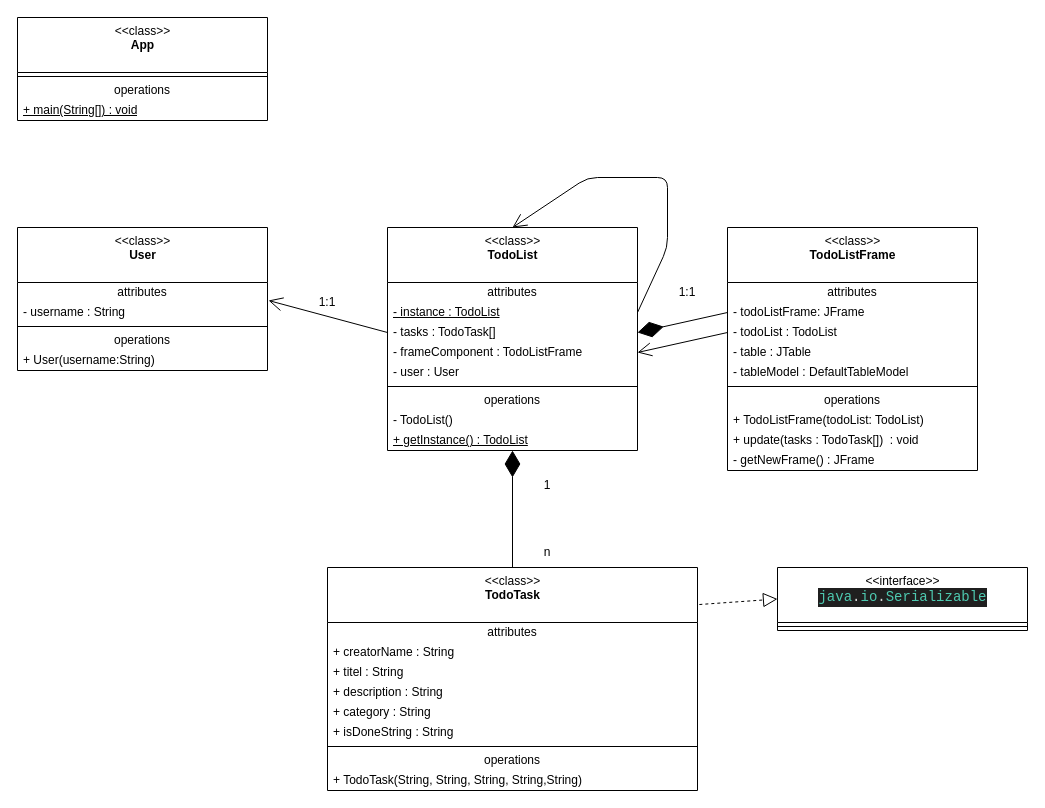
Above: class_diagram.drawio in cjanta/TodoList (draw.io), before the change. Source tidied: cells renumbered, new cells numbered last; positions are measured from the earlier drawing's top-left corner, leaving out a move shared by most shapes. Both pictures are drawn from the tidied source at 100%, with x=0, y=0 at pixel (17, 17).
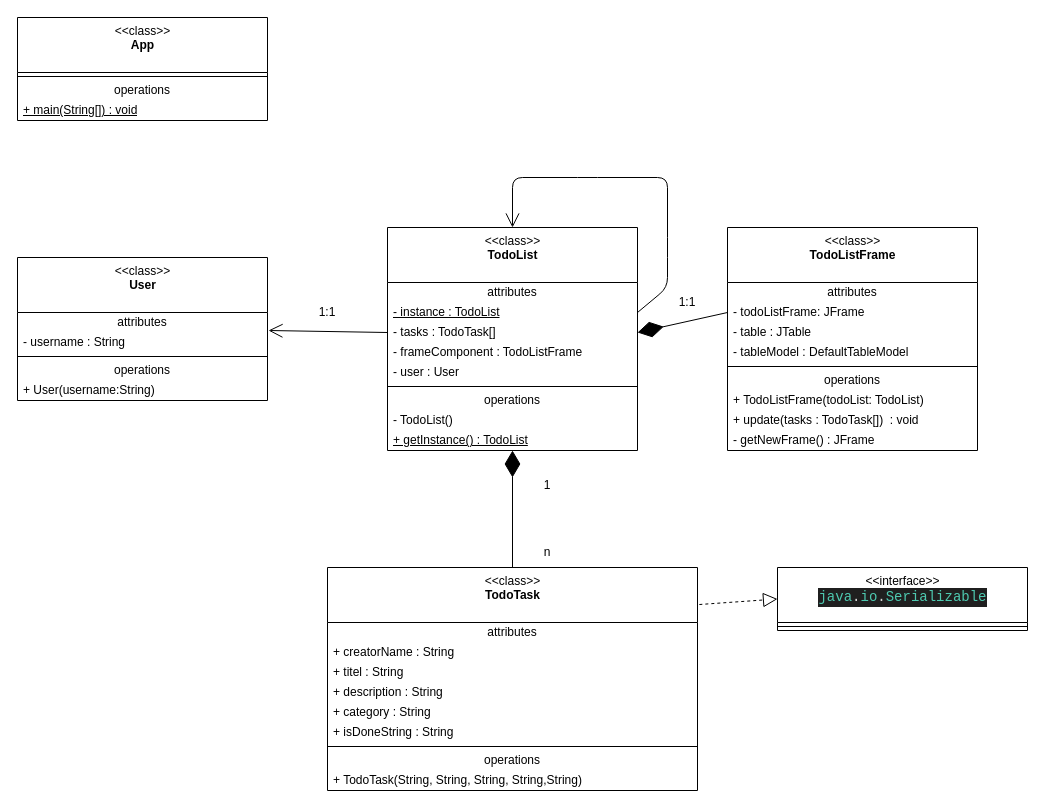
The same page after the edit.

Unchanged cells that the change refers to:
```xml
<mxCell id="2" value="&amp;lt;&amp;lt;class&amp;gt;&amp;gt;&lt;br&gt;&lt;b&gt;TodoList&lt;/b&gt;&lt;br&gt;" style="swimlane;fontStyle=0;align=center;verticalAlign=top;horizontal=1;startSize=55;html=1;" parent="1" vertex="1">
  <mxGeometry x="370" y="210" width="250" height="223" as="geometry" />
</mxCell>
<mxCell id="4" value="&lt;u&gt;- instance : TodoList&lt;/u&gt;" style="text;html=1;strokeColor=none;fillColor=none;align=left;verticalAlign=middle;spacingLeft=4;spacingRight=4;overflow=hidden;points=[[0,0.5],[1,0.5]];portConstraint=eastwest;" parent="2" vertex="1">
  <mxGeometry y="75" width="250" height="20" as="geometry" />
</mxCell>
<mxCell id="6" value="- frameComponent : TodoListFrame" style="text;html=1;strokeColor=none;fillColor=none;align=left;verticalAlign=middle;spacingLeft=4;spacingRight=4;overflow=hidden;points=[[0,0.5],[1,0.5]];portConstraint=eastwest;fontColor=default;" parent="2" vertex="1">
  <mxGeometry y="115" width="250" height="20" as="geometry" />
</mxCell>
```

Diff of the diagram source:
```diff
@@
     <mxCell id="12" style="endArrow=open;endFill=1;endSize=12;html=1;exitX=1;exitY=0.5;exitDx=0;exitDy=0;entryX=0.5;entryY=0;entryDx=0;entryDy=0;" parent="2" edge="1" source="4" target="2">
       <mxGeometry relative="1" as="geometry">
         <Array as="points">
+          <mxPoint x="280" y="60" />
           <mxPoint x="280" y="20" />
           <mxPoint x="280" y="-50" />
           <mxPoint x="200" y="-50" />
+          <mxPoint x="125" y="-50" />
         </Array>
       </mxGeometry>
     </mxCell>
     <mxCell id="13" value="&amp;lt;&amp;lt;class&amp;gt;&amp;gt;&lt;br&gt;&lt;b&gt;TodoListFrame&lt;br&gt;&lt;/b&gt;" style="swimlane;fontStyle=0;align=center;verticalAlign=top;horizontal=1;startSize=55;html=1;" parent="1" vertex="1">
-      <mxGeometry x="710" y="210" width="250" height="243" as="geometry" />
+      <mxGeometry x="710" y="210" width="250" height="223" as="geometry" />
     </mxCell>
@@
-    <mxCell id="16" value="- todoList : TodoList" style="text;html=1;strokeColor=none;fillColor=none;align=left;verticalAlign=middle;spacingLeft=4;spacingRight=4;overflow=hidden;points=[[0,0.5],[1,0.5]];portConstraint=eastwest;fontColor=default;" parent="13" vertex="1">
-      <mxGeometry y="95" width="250" height="20" as="geometry" />
-    </mxCell>
     <mxCell id="17" value="- table : JTable" style="text;html=1;strokeColor=none;fillColor=none;align=left;verticalAlign=middle;spacingLeft=4;spacingRight=4;overflow=hidden;fontColor=default;" parent="13" vertex="1">
-      <mxGeometry y="115" width="250" height="20" as="geometry" />
+      <mxGeometry y="95" width="250" height="20" as="geometry" />
     </mxCell>
     <mxCell id="18" value="- tableModel : DefaultTableModel" style="text;html=1;strokeColor=none;fillColor=none;align=left;verticalAlign=middle;spacingLeft=4;spacingRight=4;overflow=hidden;fontColor=default;" parent="13" vertex="1">
-      <mxGeometry y="135" width="250" height="20" as="geometry" />
+      <mxGeometry y="115" width="250" height="20" as="geometry" />
     </mxCell>
     <mxCell id="19" style="line;strokeWidth=1;fillColor=none;align=left;verticalAlign=middle;spacingTop=-1;spacingLeft=3;spacingRight=3;labelPosition=right;" parent="13" vertex="1">
-      <mxGeometry y="155" width="250" height="8" as="geometry" />
+      <mxGeometry y="135" width="250" height="8" as="geometry" />
     </mxCell>
     <mxCell id="20" value="operations" style="text;html=1;strokeColor=none;fillColor=none;align=center;verticalAlign=middle;spacingLeft=4;spacingRight=4;overflow=hidden;" parent="13" vertex="1">
-      <mxGeometry y="163" width="250" height="20" as="geometry" />
+      <mxGeometry y="143" width="250" height="20" as="geometry" />
     </mxCell>
     <mxCell id="21" value="+ TodoListFrame(todoList: TodoList)" style="text;html=1;strokeColor=none;fillColor=none;align=left;verticalAlign=middle;spacingLeft=4;spacingRight=4;overflow=hidden;" parent="13" vertex="1">
-      <mxGeometry y="183" width="250" height="20" as="geometry" />
+      <mxGeometry y="163" width="250" height="20" as="geometry" />
     </mxCell>
     <mxCell id="22" value="+ update(tasks : TodoTask[])&amp;nbsp; : void" style="text;html=1;strokeColor=none;fillColor=none;align=left;verticalAlign=middle;spacingLeft=4;spacingRight=4;overflow=hidden;" parent="13" vertex="1">
-      <mxGeometry y="203" width="250" height="20" as="geometry" />
+      <mxGeometry y="183" width="250" height="20" as="geometry" />
     </mxCell>
     <mxCell id="23" value="- getNewFrame() : JFrame" style="text;html=1;strokeColor=none;fillColor=none;align=left;verticalAlign=middle;spacingLeft=4;spacingRight=4;overflow=hidden;" parent="13" vertex="1">
-      <mxGeometry y="223" width="250" height="20" as="geometry" />
+      <mxGeometry y="203" width="250" height="20" as="geometry" />
     </mxCell>
@@
     <mxCell id="25" value="&amp;lt;&amp;lt;class&amp;gt;&amp;gt;&lt;br&gt;&lt;b&gt;User&lt;/b&gt;" style="swimlane;fontStyle=0;align=center;verticalAlign=top;horizontal=1;startSize=55;html=1;" parent="1" vertex="1">
-      <mxGeometry y="210" width="250" height="143" as="geometry" />
+      <mxGeometry y="240" width="250" height="143" as="geometry" />
     </mxCell>
@@
-    <mxCell id="32" style="endArrow=open;endFill=1;endSize=12;html=1;exitX=0;exitY=0.5;exitDx=0;exitDy=0;entryX=1;entryY=0.5;entryDx=0;entryDy=0;" parent="1" edge="1" source="16" target="6">
-      <mxGeometry relative="1" as="geometry" />
-    </mxCell>
@@
     <mxCell id="44" value="1:1" style="text;html=1;strokeColor=none;fillColor=none;align=center;verticalAlign=middle;whiteSpace=wrap;rounded=0;" parent="1" vertex="1">
-      <mxGeometry x="640" y="260" width="60" height="30" as="geometry" />
+      <mxGeometry x="640" y="270" width="60" height="30" as="geometry" />
     </mxCell>
@@
     <mxCell id="47" value="1:1" style="text;html=1;strokeColor=none;fillColor=none;align=center;verticalAlign=middle;whiteSpace=wrap;rounded=0;" parent="1" vertex="1">
-      <mxGeometry x="280" y="270" width="60" height="30" as="geometry" />
+      <mxGeometry x="280" y="280" width="60" height="30" as="geometry" />
     </mxCell>
```
